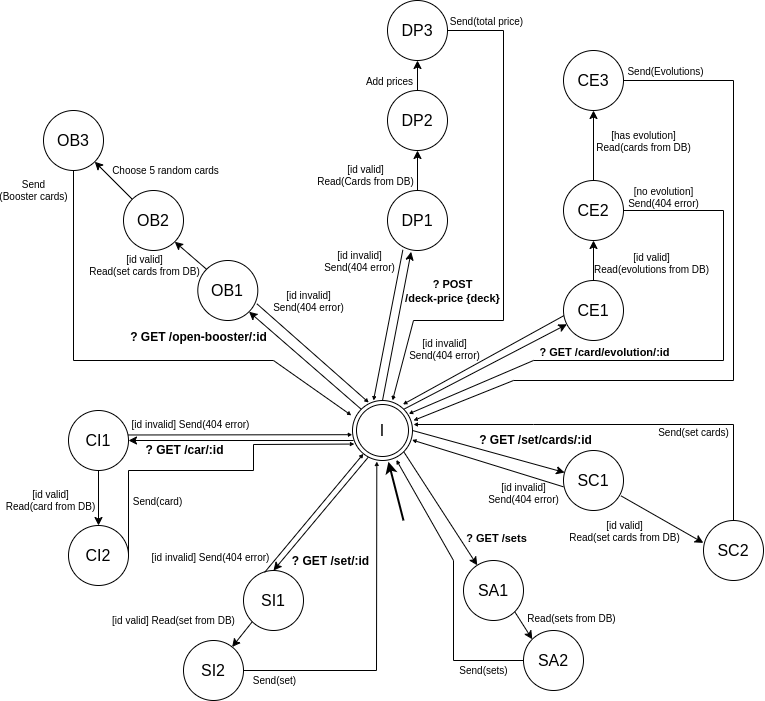
Earlier version of the draw.io export R412-Automates_langages/automate-serveur.png (PolLamothe/Pokapi). Source tidied: cells renumbered, new cells last; positions are measured from the earlier drawing's top-left corner, leaving out a move shared by most shapes.
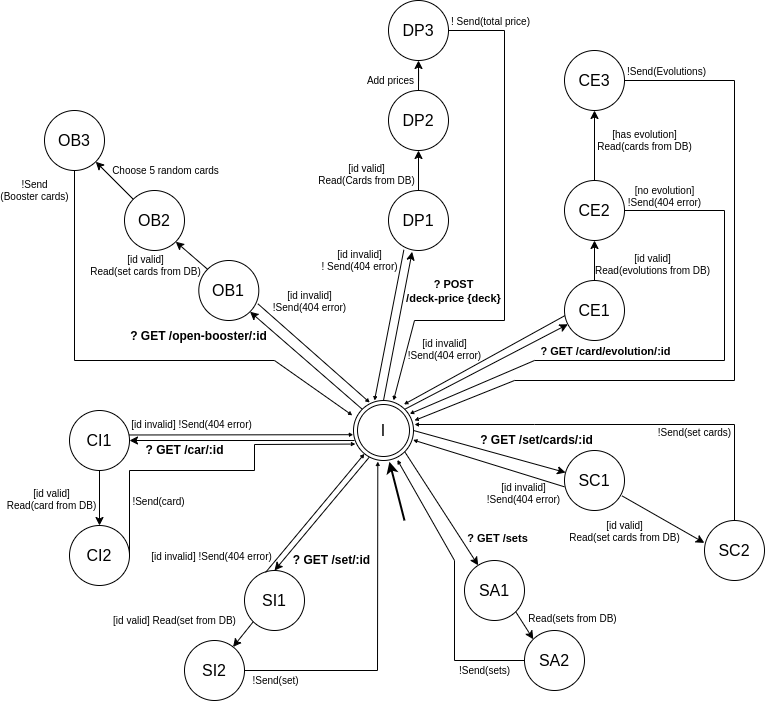
After the commit.

The edit, as a diff of the source:
```diff
@@ -19,7 +19,7 @@
     <mxCell id="6" style="endArrow=classic;html=1;fontColor=#FF3333;rounded=0;entryX=-0.004;entryY=0.57;entryDx=0;entryDy=0;curved=0;entryPerimeter=0;strokeWidth=1;startSize=6;endSize=2;exitX=0.991;exitY=0.408;exitDx=0;exitDy=0;exitPerimeter=0;" parent="1" edge="1" source="3" target="2">
       <mxGeometry relative="1" as="geometry" />
     </mxCell>
-    <mxCell id="7" value="[id invalid] Send(404 error)" style="edgeLabel;html=1;align=center;verticalAlign=middle;fontSize=10;" parent="6" vertex="1">
+    <mxCell id="7" value="[id invalid] !Send(404 error)" style="edgeLabel;html=1;align=center;verticalAlign=middle;fontSize=10;" parent="6" vertex="1">
       <mxGeometry x="-0.25" y="-25" relative="1" as="geometry">
         <mxPoint x="-22" y="-36" as="offset" />
       </mxGeometry>
@@ -46,7 +46,7 @@
         </Array>
       </mxGeometry>
     </mxCell>
-    <mxCell id="12" value="Send(card)" style="edgeLabel;html=1;align=center;verticalAlign=middle;fontSize=10;" parent="11" vertex="1">
+    <mxCell id="12" value="!Send(card)" style="edgeLabel;html=1;align=center;verticalAlign=middle;fontSize=10;" parent="11" vertex="1">
       <mxGeometry x="-0.25" y="-25" relative="1" as="geometry">
         <mxPoint x="-13" y="6" as="offset" />
       </mxGeometry>
@@ -65,7 +65,7 @@
     <mxCell id="16" style="endArrow=classic;html=1;fontColor=#FF3333;rounded=0;exitX=0.351;exitY=0.032;exitDx=0;exitDy=0;entryX=0.182;entryY=0.889;entryDx=0;entryDy=0;curved=0;endSize=2;exitPerimeter=0;entryPerimeter=0;" parent="1" edge="1" source="13" target="2">
       <mxGeometry relative="1" as="geometry" />
     </mxCell>
-    <mxCell id="17" value="[id invalid] Send(404 error)" style="edgeLabel;html=1;align=center;verticalAlign=middle;rotation=0;fontSize=10;" parent="16" vertex="1">
+    <mxCell id="17" value="[id invalid] !Send(404 error)" style="edgeLabel;html=1;align=center;verticalAlign=middle;rotation=0;fontSize=10;" parent="16" vertex="1">
       <mxGeometry x="-0.25" y="-25" relative="1" as="geometry">
         <mxPoint x="-111" y="13" as="offset" />
       </mxGeometry>
@@ -88,7 +88,7 @@
         </Array>
       </mxGeometry>
     </mxCell>
-    <mxCell id="22" value="Send(set)" style="edgeLabel;html=1;align=center;verticalAlign=middle;fontSize=10;" parent="21" vertex="1">
+    <mxCell id="22" value="!Send(set)" style="edgeLabel;html=1;align=center;verticalAlign=middle;fontSize=10;" parent="21" vertex="1">
       <mxGeometry x="-0.25" y="-25" relative="1" as="geometry">
         <mxPoint x="-98" y="-15" as="offset" />
       </mxGeometry>
@@ -138,7 +138,7 @@
         </Array>
       </mxGeometry>
     </mxCell>
-    <mxCell id="34" value="Send(set cards)" style="edgeLabel;html=1;align=center;verticalAlign=middle;fontSize=10;" parent="33" vertex="1">
+    <mxCell id="34" value="!Send(set cards)" style="edgeLabel;html=1;align=center;verticalAlign=middle;fontSize=10;" parent="33" vertex="1">
       <mxGeometry x="-0.01" y="-3" relative="1" as="geometry">
         <mxPoint x="71" y="11" as="offset" />
       </mxGeometry>
@@ -170,7 +170,7 @@
         </Array>
       </mxGeometry>
     </mxCell>
-    <mxCell id="41" value="Send&lt;br&gt;(Booster cards)" style="edgeLabel;html=1;align=center;verticalAlign=middle;fontSize=10;" parent="40" vertex="1">
+    <mxCell id="41" value="!Send&lt;br&gt;(Booster cards)" style="edgeLabel;html=1;align=center;verticalAlign=middle;fontSize=10;" parent="40" vertex="1">
       <mxGeometry x="0.28" y="-3" relative="1" as="geometry">
         <mxPoint x="-160" y="-173" as="offset" />
       </mxGeometry>
@@ -194,7 +194,7 @@
         </Array>
       </mxGeometry>
     </mxCell>
-    <mxCell id="46" value="Send(sets)" style="edgeLabel;html=1;align=center;verticalAlign=middle;fontSize=10;" parent="45" vertex="1">
+    <mxCell id="46" value="!Send(sets)" style="edgeLabel;html=1;align=center;verticalAlign=middle;fontSize=10;" parent="45" vertex="1">
       <mxGeometry x="-0.66" y="-1" relative="1" as="geometry">
         <mxPoint x="9" y="11" as="offset" />
       </mxGeometry>
@@ -213,7 +213,7 @@
     <mxCell id="50" style="endArrow=classic;html=1;rounded=0;endSize=2;exitX=0.984;exitY=0.721;exitDx=0;exitDy=0;exitPerimeter=0;entryX=0.271;entryY=0.034;entryDx=0;entryDy=0;entryPerimeter=0;" parent="1" edge="1" source="23" target="2">
       <mxGeometry relative="1" as="geometry" />
     </mxCell>
-    <mxCell id="51" value="[id invalid] &lt;br&gt;Send(404 error)" style="edgeLabel;html=1;align=center;verticalAlign=middle;fontSize=10;labelBackgroundColor=none;" parent="50" vertex="1">
+    <mxCell id="51" value="[id invalid] &lt;br&gt;!Send(404 error)" style="edgeLabel;html=1;align=center;verticalAlign=middle;fontSize=10;labelBackgroundColor=none;" parent="50" vertex="1">
       <mxGeometry x="0.11" relative="1" as="geometry">
         <mxPoint x="-11" y="-57" as="offset" />
       </mxGeometry>
@@ -256,9 +256,9 @@
         <mxPoint x="330" y="400" as="targetPoint" />
       </mxGeometry>
     </mxCell>
-    <mxCell id="62" value="[id invalid] &lt;br&gt;Send(404 error)" style="edgeLabel;html=1;align=center;verticalAlign=middle;fontSize=10;labelBackgroundColor=none;" parent="61" vertex="1">
+    <mxCell id="62" value="[id invalid] &lt;br&gt;! Send(404 error)" style="edgeLabel;html=1;align=center;verticalAlign=middle;fontSize=10;labelBackgroundColor=none;" parent="61" vertex="1">
       <mxGeometry x="0.11" relative="1" as="geometry">
-        <mxPoint x="-27" y="-73" as="offset" />
+        <mxPoint x="-28" y="-73" as="offset" />
       </mxGeometry>
     </mxCell>
     <mxCell id="63" style="endArrow=classic;html=1;rounded=0;exitX=0.5;exitY=0;exitDx=0;exitDy=0;entryX=0.5;entryY=1;entryDx=0;entryDy=0;" parent="1" edge="1" source="52" target="60">
@@ -281,15 +281,15 @@
         </Array>
       </mxGeometry>
     </mxCell>
-    <mxCell id="67" value="Send(total price)" style="edgeLabel;html=1;align=center;verticalAlign=middle;fontSize=10;" parent="66" vertex="1">
+    <mxCell id="67" value="! Send(total price)" style="edgeLabel;html=1;align=center;verticalAlign=middle;fontSize=10;" parent="66" vertex="1">
       <mxGeometry x="-0.93" relative="1" as="geometry">
-        <mxPoint x="19" y="-9" as="offset" />
+        <mxPoint x="22" y="-9" as="offset" />
       </mxGeometry>
     </mxCell>
     <mxCell id="68" style="endArrow=classic;html=1;rounded=0;endSize=2;exitX=-0.002;exitY=0.605;exitDx=0;exitDy=0;exitPerimeter=0;entryX=0.994;entryY=0.658;entryDx=0;entryDy=0;entryPerimeter=0;" parent="1" edge="1" source="27" target="2">
       <mxGeometry relative="1" as="geometry" />
     </mxCell>
-    <mxCell id="69" value="[id invalid] &lt;br&gt;Send(404 error)" style="edgeLabel;html=1;align=center;verticalAlign=middle;fontSize=10;labelBackgroundColor=none;" parent="68" vertex="1">
+    <mxCell id="69" value="[id invalid] &lt;br&gt;!Send(404 error)" style="edgeLabel;html=1;align=center;verticalAlign=middle;fontSize=10;labelBackgroundColor=none;" parent="68" vertex="1">
       <mxGeometry x="0.45" relative="1" as="geometry">
         <mxPoint x="69" y="40" as="offset" />
       </mxGeometry>
@@ -305,7 +305,7 @@
     <mxCell id="72" style="endArrow=classic;html=1;rounded=0;endSize=2;exitX=0.006;exitY=0.586;exitDx=0;exitDy=0;exitPerimeter=0;entryX=0.841;entryY=0.065;entryDx=0;entryDy=0;entryPerimeter=0;" parent="1" edge="1" source="55" target="2">
       <mxGeometry relative="1" as="geometry" />
     </mxCell>
-    <mxCell id="73" value="[id invalid] &lt;br&gt;Send(404 error)" style="edgeLabel;html=1;align=center;verticalAlign=middle;fontSize=10;labelBackgroundColor=none;" parent="72" vertex="1">
+    <mxCell id="73" value="[id invalid] &lt;br&gt;!Send(404 error)" style="edgeLabel;html=1;align=center;verticalAlign=middle;fontSize=10;labelBackgroundColor=none;" parent="72" vertex="1">
       <mxGeometry x="0.11" relative="1" as="geometry">
         <mxPoint x="-31" y="-16" as="offset" />
       </mxGeometry>
@@ -333,7 +333,7 @@
         </Array>
       </mxGeometry>
     </mxCell>
-    <mxCell id="79" value="[no evolution] &lt;br&gt;Send(404 error)" style="edgeLabel;html=1;align=center;verticalAlign=middle;fontSize=10;" parent="78" vertex="1">
+    <mxCell id="79" value="[no evolution] &lt;br&gt;!Send(404 error)" style="edgeLabel;html=1;align=center;verticalAlign=middle;fontSize=10;" parent="78" vertex="1">
       <mxGeometry x="-0.49" relative="1" as="geometry">
         <mxPoint x="-60" y="-62" as="offset" />
       </mxGeometry>
@@ -347,7 +347,7 @@
         </Array>
       </mxGeometry>
     </mxCell>
-    <mxCell id="81" value="Send(Evolutions)" style="edgeLabel;html=1;align=center;verticalAlign=middle;fontSize=10;" parent="80" vertex="1">
+    <mxCell id="81" value="!Send(Evolutions)" style="edgeLabel;html=1;align=center;verticalAlign=middle;fontSize=10;" parent="80" vertex="1">
       <mxGeometry x="-0.7" y="-3" relative="1" as="geometry">
         <mxPoint x="-65" y="-11" as="offset" />
       </mxGeometry>
```
